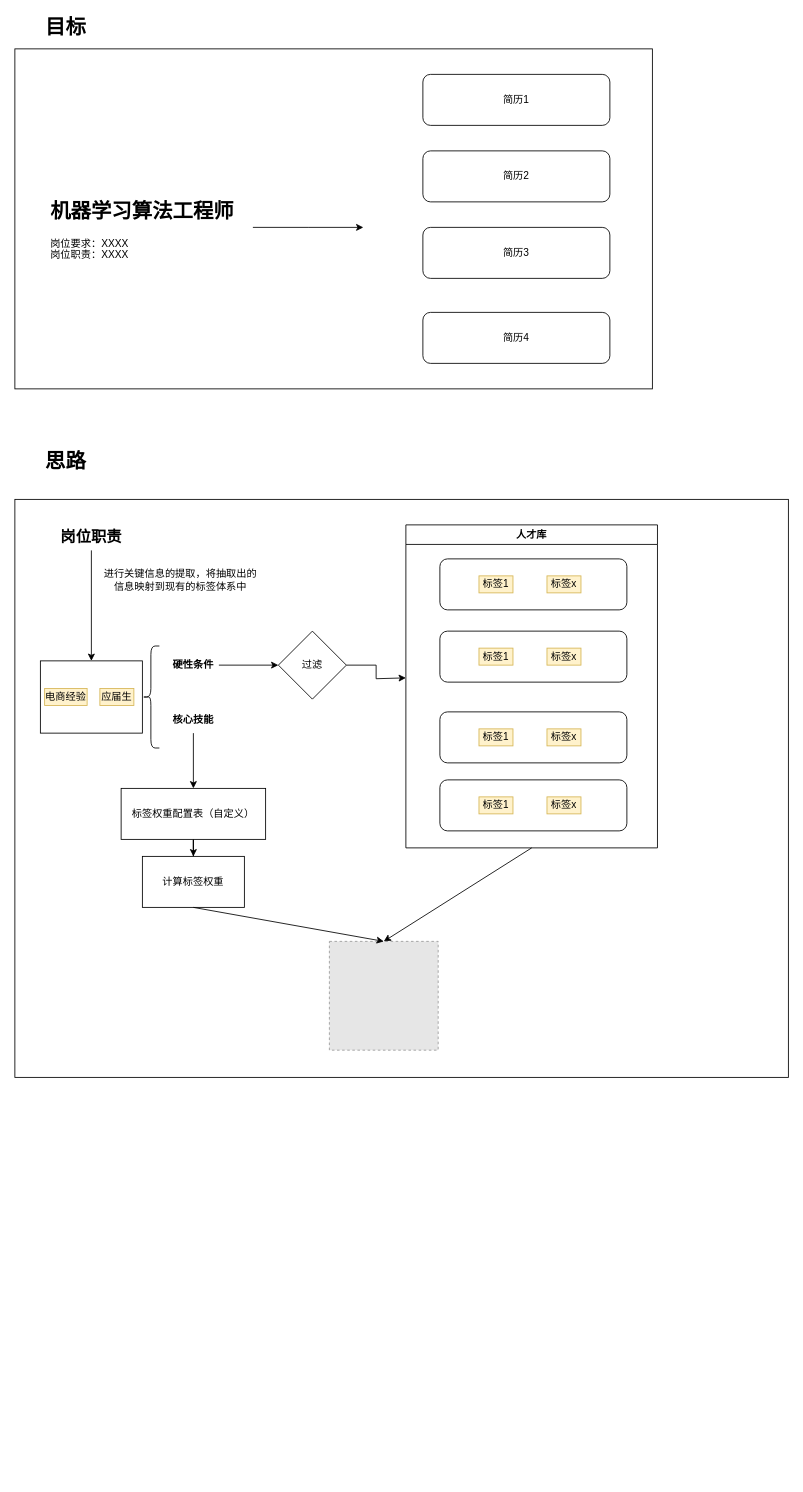
Before: 人岗匹配逻辑图.drawio in beyondgogogo/Graph, a draw.io diagram. Source tidied: cells renumbered, new cells numbered last; positions are measured from the earlier drawing's top-left corner, leaving out a move shared by most shapes. Both pictures are drawn from the tidied source at 85%, with x=0, y=0 at pixel (14, 14). Pictures stored in the file or linked from it are replaced by grey dashed boxes.
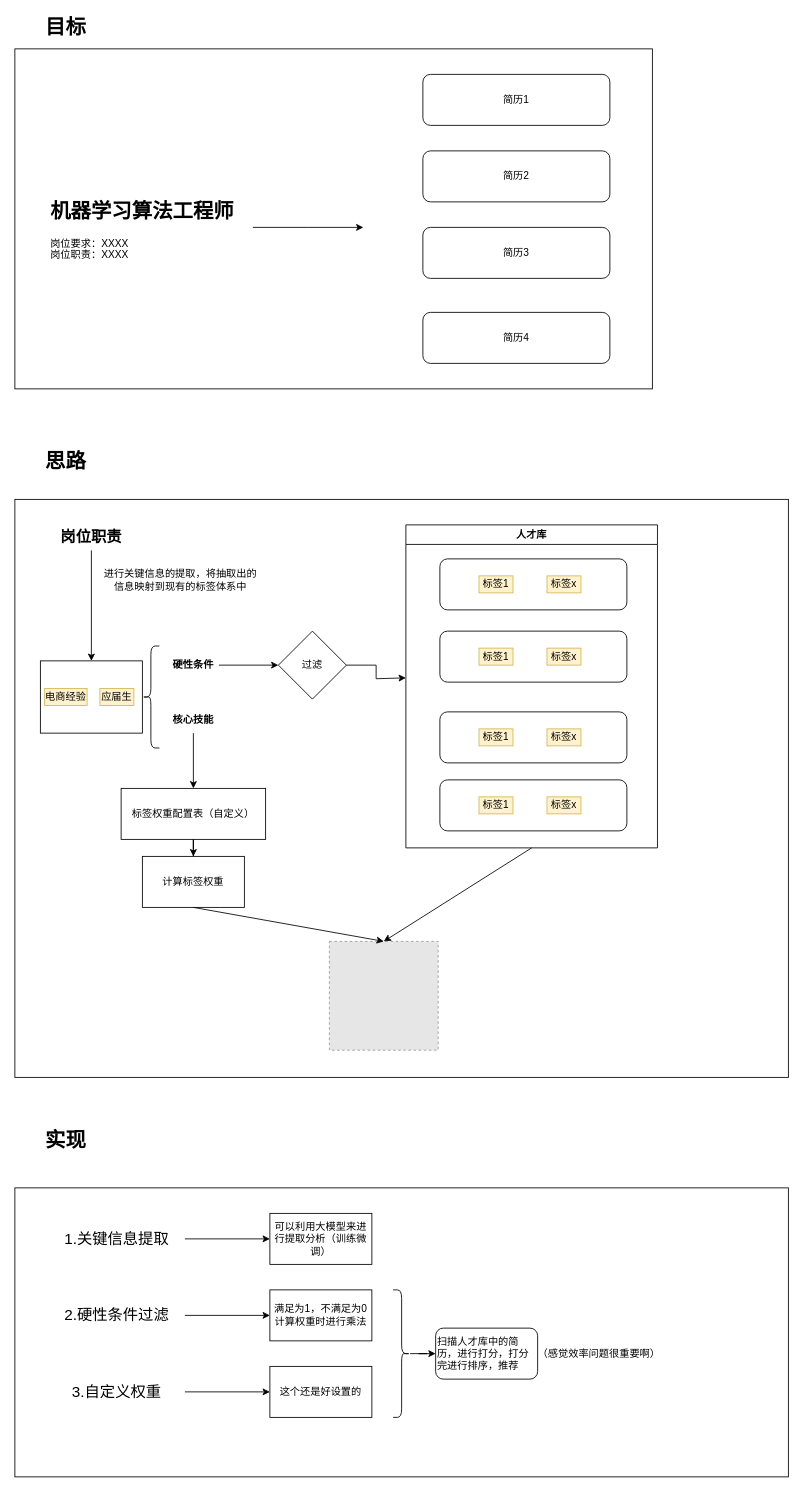
The same diagram, later.

Commit message (it also covers changes not shown here):
更新人岗匹配逻辑图.drawio

The edit, as a diff of the source:
```diff
@@
+    <mxCell id="49" style="rounded=0;whiteSpace=wrap;html=1;" parent="1" vertex="1">
+      <mxGeometry y="1380" width="910" height="340" as="geometry" />
+    </mxCell>
@@
+    <mxCell id="50" value="&lt;span style=&quot;font-size: 24px;&quot;&gt;&lt;b&gt;实现&lt;/b&gt;&lt;/span&gt;" style="text;html=1;align=center;verticalAlign=middle;whiteSpace=wrap;rounded=0;" parent="1" vertex="1">
+      <mxGeometry x="30" y="1309" width="60" height="30" as="geometry" />
+    </mxCell>
+    <mxCell id="51" style="edgeStyle=orthogonalEdgeStyle;rounded=0;jettySize=auto;html=1;" parent="1" edge="1" source="52" target="53">
+      <mxGeometry relative="1" as="geometry" />
+    </mxCell>
+    <mxCell id="52" value="&lt;font style=&quot;font-size: 18px;&quot;&gt;1.关键信息提取&lt;/font&gt;" style="text;html=1;align=center;verticalAlign=middle;whiteSpace=wrap;rounded=0;" parent="1" vertex="1">
+      <mxGeometry x="40" y="1420" width="160" height="40" as="geometry" />
+    </mxCell>
+    <mxCell id="53" value="可以利用大模型来进行提取分析（训练微调）" style="whiteSpace=wrap;html=1;" parent="1" vertex="1">
+      <mxGeometry x="300" y="1410" width="120" height="60" as="geometry" />
+    </mxCell>
+    <mxCell id="54" style="edgeStyle=orthogonalEdgeStyle;rounded=0;jettySize=auto;html=1;" parent="1" edge="1" source="55" target="56">
+      <mxGeometry relative="1" as="geometry" />
+    </mxCell>
+    <mxCell id="55" value="&lt;font style=&quot;font-size: 18px;&quot;&gt;2.硬性条件过滤&lt;/font&gt;" style="text;html=1;align=center;verticalAlign=middle;whiteSpace=wrap;rounded=0;" parent="1" vertex="1">
+      <mxGeometry x="40" y="1510" width="160" height="40" as="geometry" />
+    </mxCell>
+    <mxCell id="56" value="满足为1，不满足为0&lt;br&gt;计算权重时进行乘法" style="whiteSpace=wrap;html=1;" parent="1" vertex="1">
+      <mxGeometry x="300" y="1500" width="120" height="60" as="geometry" />
+    </mxCell>
+    <mxCell id="57" style="edgeStyle=orthogonalEdgeStyle;rounded=0;jettySize=auto;html=1;" parent="1" edge="1" source="58" target="59">
+      <mxGeometry relative="1" as="geometry" />
+    </mxCell>
+    <mxCell id="58" value="&lt;font style=&quot;font-size: 18px;&quot;&gt;3.自定义权重&lt;/font&gt;" style="text;html=1;align=center;verticalAlign=middle;whiteSpace=wrap;rounded=0;" parent="1" vertex="1">
+      <mxGeometry x="40" y="1600" width="160" height="40" as="geometry" />
+    </mxCell>
+    <mxCell id="59" value="这个还是好设置的" style="whiteSpace=wrap;html=1;" parent="1" vertex="1">
+      <mxGeometry x="300" y="1590" width="120" height="60" as="geometry" />
+    </mxCell>
+    <mxCell id="60" style="edgeStyle=orthogonalEdgeStyle;rounded=0;jettySize=auto;html=1;" parent="1" edge="1" source="61" target="62">
+      <mxGeometry relative="1" as="geometry" />
+    </mxCell>
+    <mxCell id="61" style="shape=curlyBracket;whiteSpace=wrap;html=1;rounded=1;flipH=1;labelPosition=right;verticalLabelPosition=middle;align=left;verticalAlign=middle;" parent="1" vertex="1">
+      <mxGeometry x="445" y="1500" width="20" height="150" as="geometry" />
+    </mxCell>
+    <mxCell id="62" value="扫描人才库中的简历，进行打分，打分完进行排序，推荐" style="whiteSpace=wrap;html=1;align=left;rounded=1;" parent="1" vertex="1">
+      <mxGeometry x="495" y="1545" width="120" height="60" as="geometry" />
+    </mxCell>
+    <mxCell id="63" value="（感觉效率问题很重要啊）" style="text;html=1;align=center;verticalAlign=middle;whiteSpace=wrap;rounded=0;" parent="1" vertex="1">
+      <mxGeometry x="600" y="1555" width="175" height="40" as="geometry" />
+    </mxCell>
```
